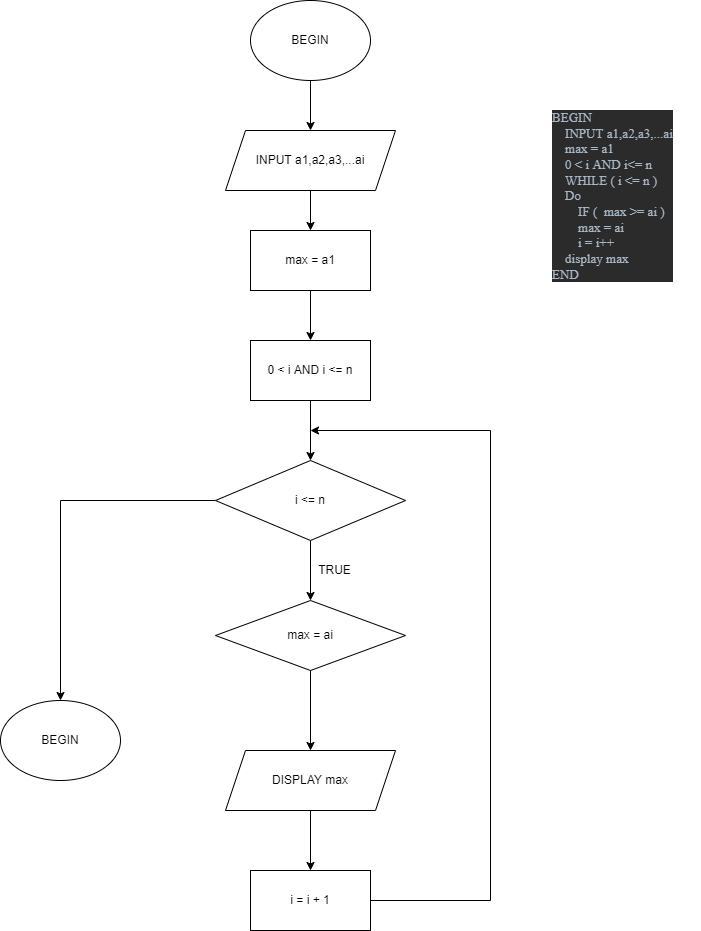
letahaphuong/C0722G1-Le-Ta-Ha-Phuong keeps this draw.io diagram as module1/ss3_pseucode_flowchart/bai_tap/tim_gia_tri_lon_nhat_trong_mot_day_so-Page-1.drawio.png. Above is the earlier version. Source tidied: cells renumbered, new cells last; positions are measured from the earlier drawing's top-left corner, leaving out a move shared by most shapes.
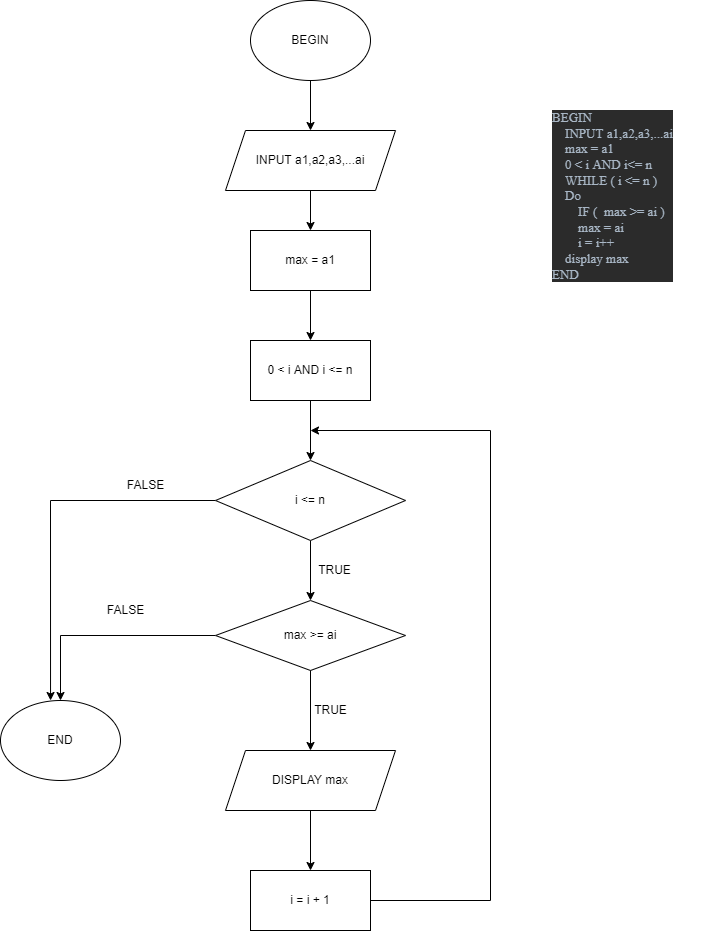
The same diagram one commit later.

Change to the diagram source:
```diff
@@ -29,18 +29,21 @@
     <mxCell id="10" style="edgeStyle=orthogonalEdgeStyle;rounded=0;jettySize=auto;html=1;" parent="1" edge="1" source="12" target="14">
       <mxGeometry relative="1" as="geometry" />
     </mxCell>
-    <mxCell id="11" style="edgeStyle=orthogonalEdgeStyle;rounded=0;jettySize=auto;html=1;entryX=0.5;entryY=0;entryDx=0;entryDy=0;" parent="1" edge="1" source="12">
+    <mxCell id="11" style="edgeStyle=orthogonalEdgeStyle;rounded=0;jettySize=auto;html=1;entryX=0.5;entryY=0;entryDx=0;entryDy=0;exitX=0;exitY=0.5;exitDx=0;exitDy=0;" parent="1" edge="1" source="14">
       <mxGeometry relative="1" as="geometry">
         <mxPoint x="60" y="700" as="targetPoint" />
       </mxGeometry>
     </mxCell>
+    <mxCell id="22" style="edgeStyle=orthogonalEdgeStyle;rounded=0;jettySize=auto;html=1;entryX=0.417;entryY=0;entryDx=0;entryDy=0;entryPerimeter=0;" parent="1" edge="1" source="12" target="20">
+      <mxGeometry relative="1" as="geometry" />
+    </mxCell>
     <mxCell id="12" value="i &amp;lt;= n" style="rhombus;whiteSpace=wrap;html=1;" parent="1" vertex="1">
       <mxGeometry x="215" y="460" width="190" height="80" as="geometry" />
     </mxCell>
     <mxCell id="13" style="edgeStyle=orthogonalEdgeStyle;rounded=0;jettySize=auto;html=1;" parent="1" edge="1" source="14" target="16">
       <mxGeometry relative="1" as="geometry" />
     </mxCell>
-    <mxCell id="14" value="max = ai" style="rhombus;whiteSpace=wrap;html=1;" parent="1" vertex="1">
+    <mxCell id="14" value="max &amp;gt;= ai" style="rhombus;whiteSpace=wrap;html=1;" parent="1" vertex="1">
       <mxGeometry x="215" y="600" width="190" height="70" as="geometry" />
     </mxCell>
     <mxCell id="15" style="edgeStyle=orthogonalEdgeStyle;rounded=0;jettySize=auto;html=1;" parent="1" edge="1" source="16" target="18">
@@ -64,11 +67,20 @@
     <mxCell id="19" value="TRUE" style="text;html=1;align=center;verticalAlign=middle;strokeColor=none;fillColor=none;" parent="1" vertex="1">
       <mxGeometry x="309" y="560" width="50" height="20" as="geometry" />
     </mxCell>
-    <mxCell id="20" value="BEGIN" style="ellipse;whiteSpace=wrap;html=1;" parent="1" vertex="1">
+    <mxCell id="20" value="END" style="ellipse;whiteSpace=wrap;html=1;" parent="1" vertex="1">
       <mxGeometry y="700" width="120" height="80" as="geometry" />
     </mxCell>
     <mxCell id="21" value="&lt;pre style=&quot;background-color:#2b2b2b;color:#a9b7c6;font-family:'JetBrains Mono';font-size:9.8pt;&quot;&gt;BEGIN&lt;br&gt;    INPUT a1,a2,a3,...ai&lt;br&gt;    max = a1&lt;br&gt;    0 &amp;lt; i AND i&amp;lt;= n&lt;br&gt;    WHILE ( i &amp;lt;= n )&lt;br&gt;    Do&lt;br&gt;        IF (  max &amp;gt;= ai )&lt;br&gt;        max = ai&lt;br&gt;        i = i++&lt;br&gt;    display max&lt;br&gt;END&lt;br&gt;&lt;/pre&gt;" style="text;whiteSpace=wrap;html=1;" parent="1" vertex="1">
       <mxGeometry x="550" y="90" width="150" height="200" as="geometry" />
     </mxCell>
+    <mxCell id="23" value="FALSE" style="text;html=1;align=center;verticalAlign=middle;strokeColor=none;fillColor=none;" parent="1" vertex="1">
+      <mxGeometry x="100" y="600" width="50" height="20" as="geometry" />
+    </mxCell>
+    <mxCell id="24" value="TRUE" style="text;html=1;align=center;verticalAlign=middle;strokeColor=none;fillColor=none;" parent="1" vertex="1">
+      <mxGeometry x="305" y="700" width="50" height="20" as="geometry" />
+    </mxCell>
+    <mxCell id="25" value="FALSE" style="text;html=1;align=center;verticalAlign=middle;strokeColor=none;fillColor=none;" parent="1" vertex="1">
+      <mxGeometry x="120" y="475" width="50" height="20" as="geometry" />
+    </mxCell>
   </root>
 </mxGraphModel>
```
